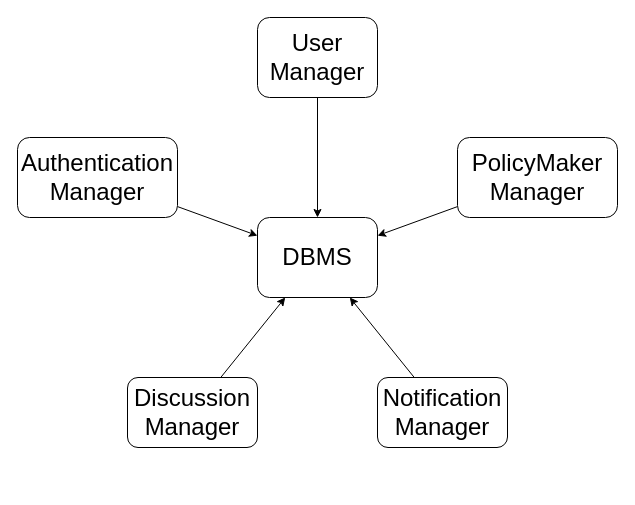
The draw.io diagram page "ComponentsIntegrationForum" (1 of 6) of DD Diagrams/ComponentImplementation.drawio in matteovisotto/SE2-CecchettoSirianiVisotto, before the edit. Source tidied: cells renumbered, new cells numbered last; positions are measured from the earlier drawing's top-left corner, leaving out a move shared by most shapes. Both pictures are drawn from the tidied source at 100%, with x=0, y=0 at pixel (17, 17).
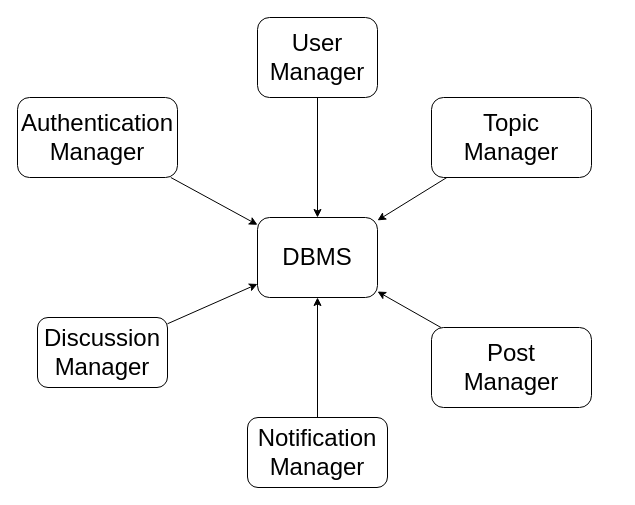
The same diagram, later.

Change to the diagram source:
```diff
@@
 <mxGraphModel>
   <root>
     <mxCell id="0" />
     <mxCell id="1" parent="0" />
     <mxCell id="2" style="edgeStyle=none;rounded=0;jettySize=auto;html=1;fontSize=24;" parent="1" edge="1" source="3" target="12">
       <mxGeometry relative="1" as="geometry" />
     </mxCell>
     <mxCell id="3" value="User Manager" style="rounded=1;whiteSpace=wrap;html=1;fontSize=24;" parent="1" vertex="1">
       <mxGeometry x="240" width="120" height="80" as="geometry" />
     </mxCell>
     <mxCell id="4" style="edgeStyle=none;rounded=0;jettySize=auto;html=1;fontSize=24;" parent="1" edge="1" source="5" target="12">
       <mxGeometry relative="1" as="geometry" />
     </mxCell>
-    <mxCell id="5" value="PolicyMaker Manager" style="rounded=1;whiteSpace=wrap;html=1;fontSize=24;" parent="1" vertex="1">
-      <mxGeometry x="440" y="120" width="160" height="80" as="geometry" />
+    <mxCell id="5" value="Topic&lt;br&gt;Manager" style="rounded=1;whiteSpace=wrap;html=1;fontSize=24;" parent="1" vertex="1">
+      <mxGeometry x="414" y="80" width="160" height="80" as="geometry" />
     </mxCell>
     <mxCell id="6" style="edgeStyle=none;rounded=0;jettySize=auto;html=1;fontSize=24;" parent="1" edge="1" source="7" target="12">
       <mxGeometry relative="1" as="geometry" />
     </mxCell>
     <mxCell id="7" value="Notification Manager" style="rounded=1;whiteSpace=wrap;html=1;fontSize=24;" parent="1" vertex="1">
-      <mxGeometry x="360" y="360" width="130" height="70" as="geometry" />
+      <mxGeometry x="230" y="400" width="140" height="70" as="geometry" />
     </mxCell>
     <mxCell id="8" style="edgeStyle=none;rounded=0;jettySize=auto;html=1;fontSize=24;" parent="1" edge="1" source="9" target="12">
       <mxGeometry relative="1" as="geometry" />
     </mxCell>
     <mxCell id="9" value="Discussion Manager" style="rounded=1;whiteSpace=wrap;html=1;fontSize=24;" parent="1" vertex="1">
-      <mxGeometry x="110" y="360" width="130" height="70" as="geometry" />
+      <mxGeometry x="20" y="300" width="130" height="70" as="geometry" />
     </mxCell>
     <mxCell id="10" style="edgeStyle=none;rounded=0;jettySize=auto;html=1;fontSize=24;" parent="1" edge="1" source="11" target="12">
       <mxGeometry relative="1" as="geometry" />
     </mxCell>
     <mxCell id="11" value="Authentication Manager" style="rounded=1;whiteSpace=wrap;html=1;fontSize=24;" parent="1" vertex="1">
-      <mxGeometry y="120" width="160" height="80" as="geometry" />
+      <mxGeometry y="80" width="160" height="80" as="geometry" />
     </mxCell>
     <mxCell id="12" value="DBMS" style="rounded=1;whiteSpace=wrap;html=1;fontSize=24;" parent="1" vertex="1">
       <mxGeometry x="240" y="200" width="120" height="80" as="geometry" />
     </mxCell>
+    <mxCell id="13" style="edgeStyle=none;rounded=0;jettySize=auto;html=1;fontSize=24;" parent="1" edge="1" source="14" target="12">
+      <mxGeometry relative="1" as="geometry" />
+    </mxCell>
+    <mxCell id="14" value="Post&lt;br&gt;Manager" style="rounded=1;whiteSpace=wrap;html=1;fontSize=24;" parent="1" vertex="1">
+      <mxGeometry x="414" y="310" width="160" height="80" as="geometry" />
+    </mxCell>
   </root>
 </mxGraphModel>
```
